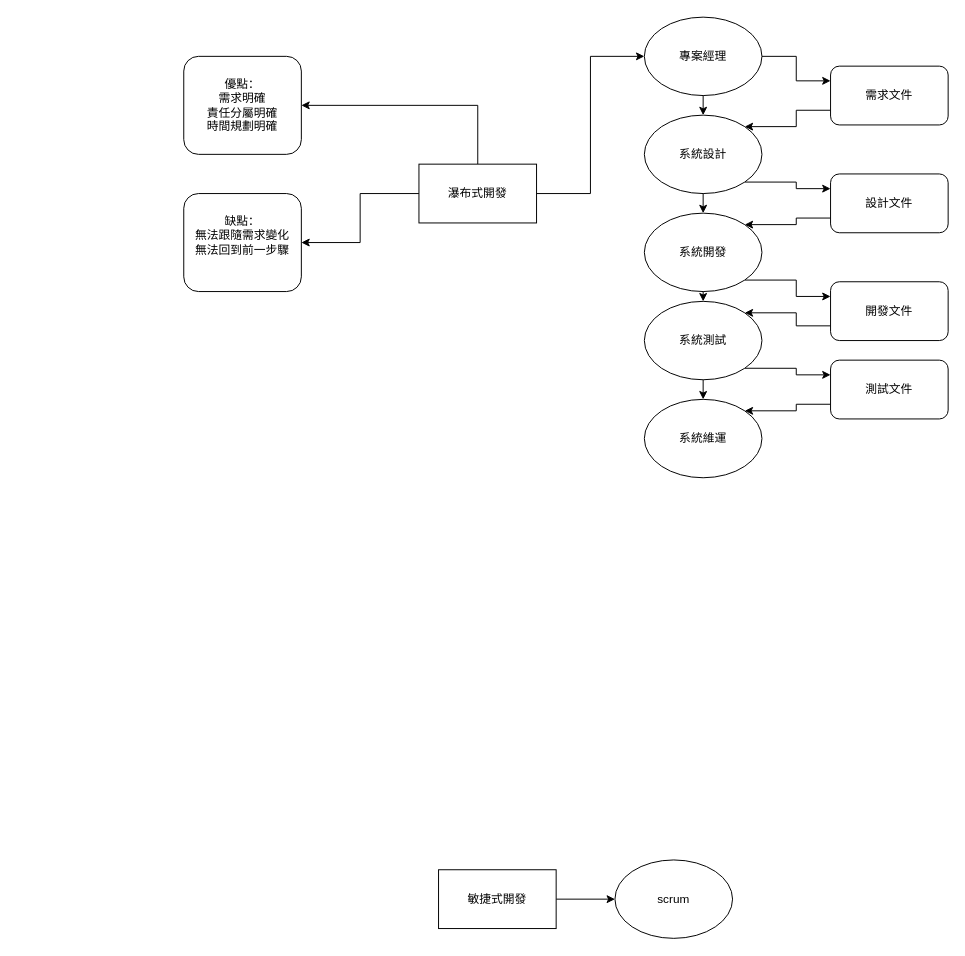
Above: scrum.drawio in asd0591804/treeImage (draw.io), before the change. Source tidied: cells renumbered, new cells numbered last; positions are measured from the earlier drawing's top-left corner, leaving out a move shared by most shapes. Both pictures are drawn from the tidied source at 98%, with x=0, y=0 at pixel (183, 17).
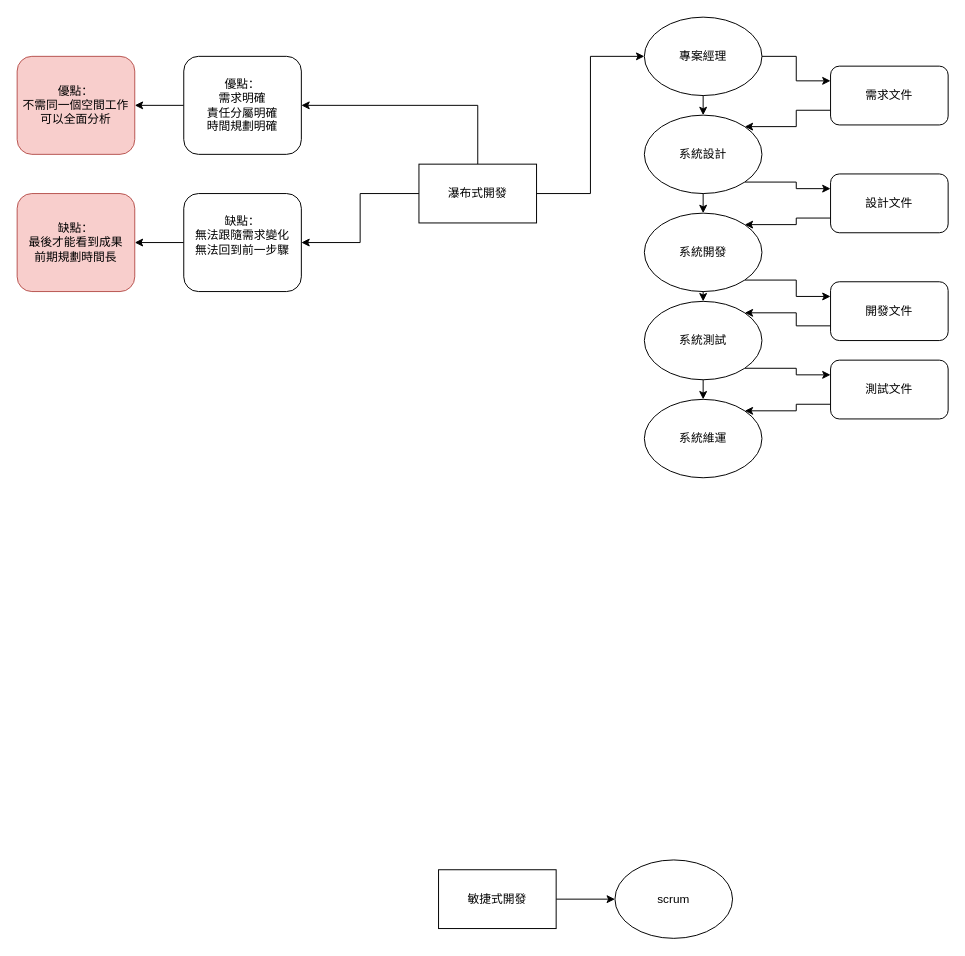
Above is the later version.

Unchanged cells that the change refers to:
```xml
<mxCell id="30" value="優點：&lt;div&gt;需求明確&lt;/div&gt;&lt;div&gt;責任分屬明確&lt;/div&gt;&lt;div&gt;時間規劃明確&lt;/div&gt;" style="rounded=1;whiteSpace=wrap;html=1;" parent="1" vertex="1">
  <mxGeometry y="40" width="120" height="100" as="geometry" />
</mxCell>
<mxCell id="31" value="缺點：&lt;div&gt;無法跟隨需求變化&lt;/div&gt;&lt;div&gt;無法回到前一步驟&lt;/div&gt;&lt;div&gt;&lt;br&gt;&lt;/div&gt;" style="rounded=1;whiteSpace=wrap;html=1;" parent="1" vertex="1">
  <mxGeometry y="180" width="120" height="100" as="geometry" />
</mxCell>
```

Change to the diagram source:
```diff
@@
+    <mxCell id="32" style="edgeStyle=orthogonalEdgeStyle;rounded=0;jettySize=auto;html=1;exitX=0;exitY=0.5;exitDx=0;exitDy=0;entryX=1;entryY=0.5;entryDx=0;entryDy=0;" parent="1" edge="1" source="30" target="35">
+      <mxGeometry relative="1" as="geometry" />
+    </mxCell>
@@
+    <mxCell id="33" style="edgeStyle=orthogonalEdgeStyle;rounded=0;jettySize=auto;html=1;exitX=0;exitY=0.5;exitDx=0;exitDy=0;entryX=1;entryY=0.5;entryDx=0;entryDy=0;" parent="1" edge="1" source="31" target="34">
+      <mxGeometry relative="1" as="geometry" />
+    </mxCell>
@@
+    <mxCell id="34" value="缺點：&lt;div&gt;最後才能看到成果&lt;/div&gt;&lt;div&gt;前期規劃時間長&lt;/div&gt;" style="rounded=1;whiteSpace=wrap;html=1;fillColor=#f8cecc;strokeColor=#b85450;" parent="1" vertex="1">
+      <mxGeometry x="-170" y="180" width="120" height="100" as="geometry" />
+    </mxCell>
+    <mxCell id="35" value="優點：&lt;div&gt;不需同一個空間工作&lt;/div&gt;&lt;div&gt;可以全面分析&lt;/div&gt;" style="rounded=1;whiteSpace=wrap;html=1;fillColor=#f8cecc;strokeColor=#b85450;" parent="1" vertex="1">
+      <mxGeometry x="-170" y="40" width="120" height="100" as="geometry" />
+    </mxCell>
```
